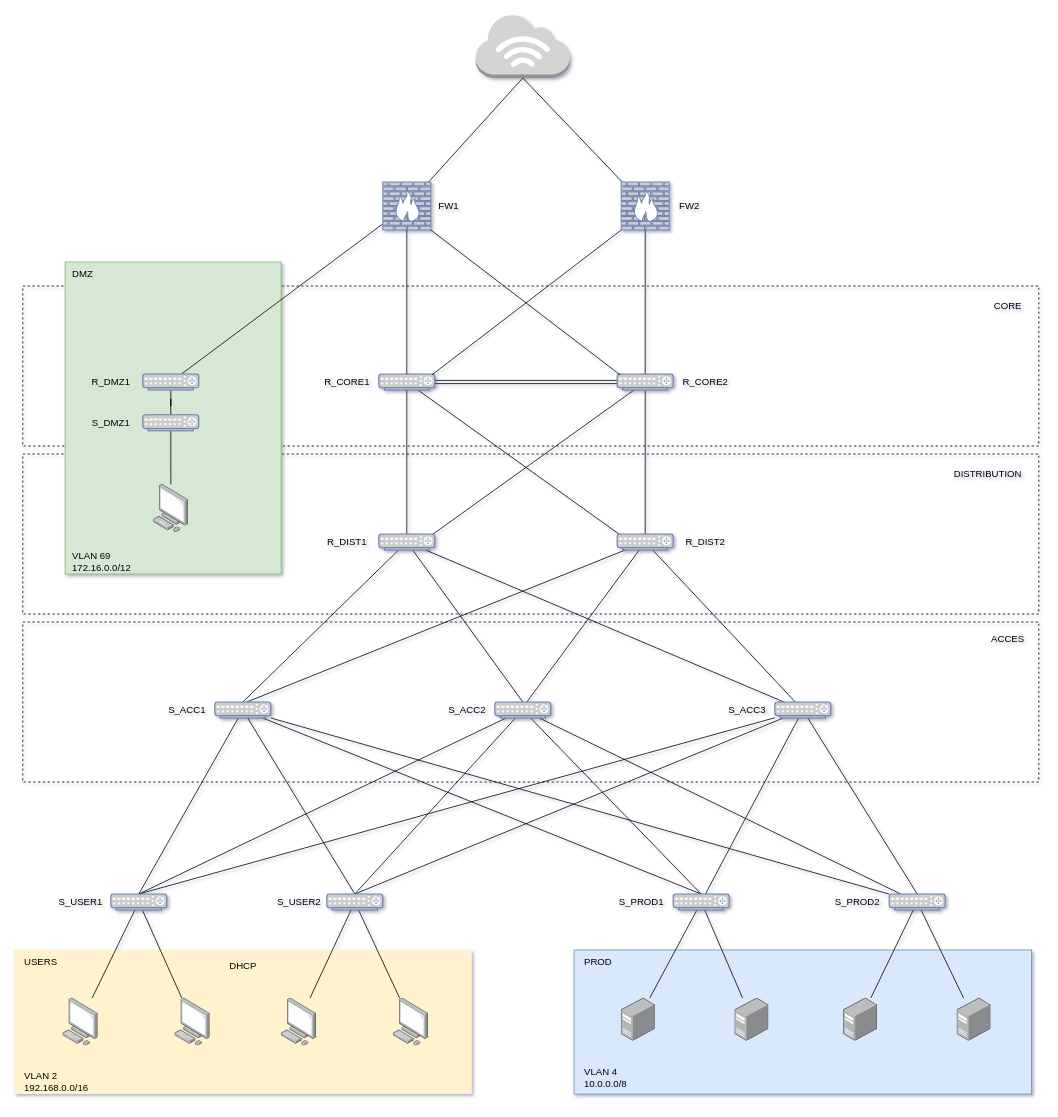
The draw.io diagram Diagramme sans nom.drawio in a0six/projetb3, before the edit. Source tidied: cells renumbered, new cells numbered last; positions are measured from the earlier drawing's top-left corner, leaving out a move shared by most shapes. Both pictures are drawn from the tidied source at 80%, with x=0, y=0 at pixel (14, 14).
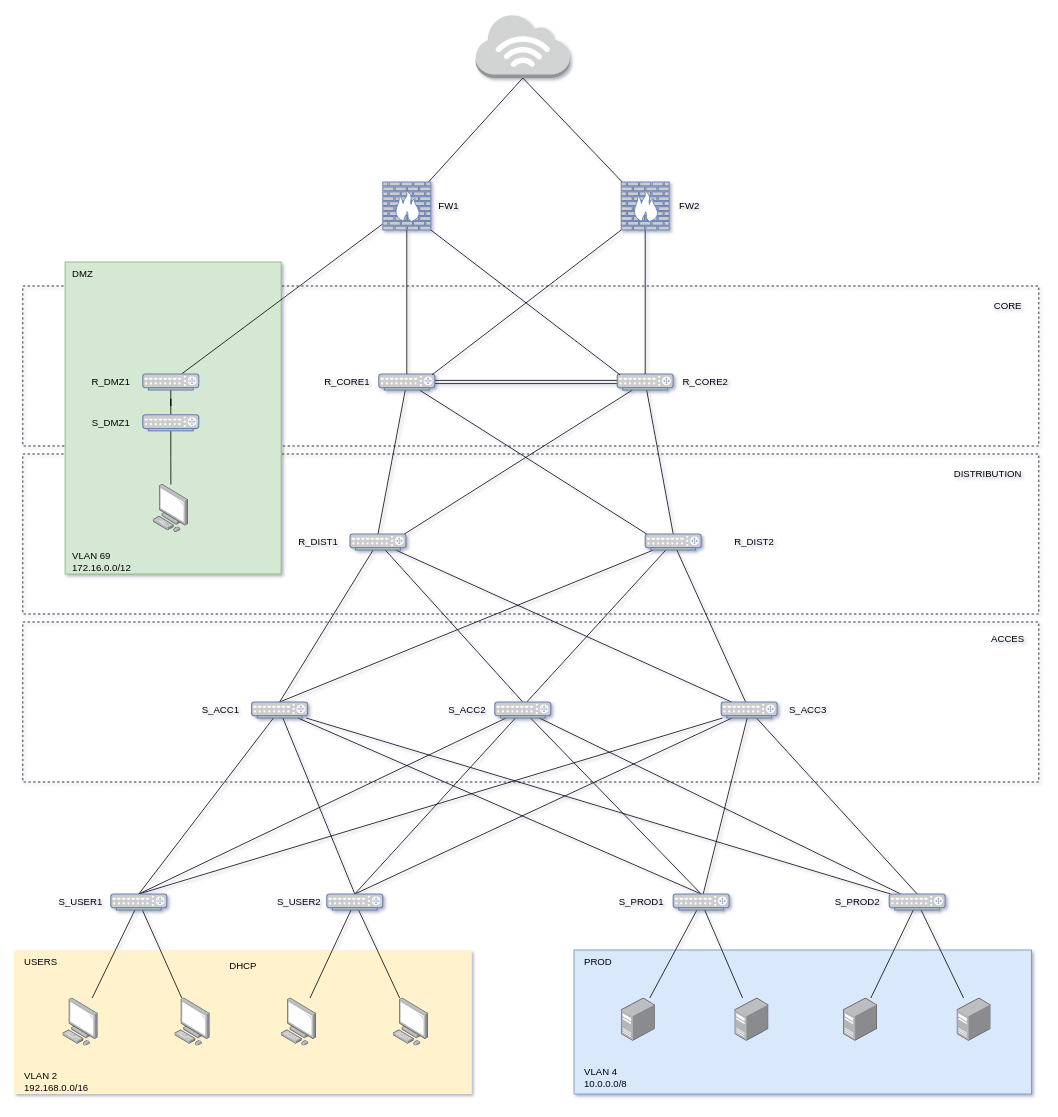
The same page after the edit.

The change refers to these unchanged cells:
```xml
<mxCell id="10" style="fontColor=#0066CC;verticalAlign=top;verticalLabelPosition=bottom;labelPosition=center;align=center;html=1;outlineConnect=0;fillColor=#CCCCCC;strokeColor=#6881B3;gradientColor=none;gradientDirection=north;strokeWidth=2;shape=mxgraph.networks.router;" parent="1" vertex="1">
  <mxGeometry x="456" y="450" width="70" height="20" as="geometry" />
</mxCell>
<mxCell id="13" style="fontColor=#0066CC;verticalAlign=top;verticalLabelPosition=bottom;labelPosition=center;align=center;html=1;outlineConnect=0;fillColor=#CCCCCC;strokeColor=#6881B3;gradientColor=none;gradientDirection=north;strokeWidth=2;shape=mxgraph.networks.router;" parent="1" vertex="1">
  <mxGeometry x="754" y="450" width="70" height="20" as="geometry" />
</mxCell>
```

What changed in the source:
```diff
@@
+    <mxCell id="89" style="rounded=0;whiteSpace=wrap;html=1;dashed=1;fillColor=none;" parent="1" vertex="1">
+      <mxGeometry x="11" y="760" width="1270" height="200" as="geometry" />
+    </mxCell>
@@
-    <mxCell id="7" style="edgeStyle=orthogonalEdgeStyle;rounded=0;jettySize=auto;html=1;entryX=0.5;entryY=0;entryDx=0;entryDy=0;entryPerimeter=0;endArrow=none;endFill=0;" parent="1" edge="1" source="10" target="28">
+    <mxCell id="7" style="rounded=0;jettySize=auto;html=1;entryX=0.5;entryY=0;entryDx=0;entryDy=0;entryPerimeter=0;endArrow=none;endFill=0;" parent="1" edge="1" source="10" target="28">
       <mxGeometry relative="1" as="geometry" />
     </mxCell>
@@
-    <mxCell id="11" style="edgeStyle=orthogonalEdgeStyle;rounded=0;jettySize=auto;html=1;entryX=0.5;entryY=0;entryDx=0;entryDy=0;entryPerimeter=0;endArrow=none;endFill=0;" parent="1" edge="1" source="13" target="32">
+    <mxCell id="11" style="rounded=0;jettySize=auto;html=1;entryX=0.5;entryY=0;entryDx=0;entryDy=0;entryPerimeter=0;endArrow=none;endFill=0;" parent="1" edge="1" source="13" target="32">
       <mxGeometry relative="1" as="geometry" />
     </mxCell>
@@
     <mxCell id="28" style="fontColor=#0066CC;verticalAlign=top;verticalLabelPosition=bottom;labelPosition=center;align=center;html=1;outlineConnect=0;fillColor=#CCCCCC;strokeColor=#6881B3;gradientColor=none;gradientDirection=north;strokeWidth=2;shape=mxgraph.networks.router;" parent="1" vertex="1">
-      <mxGeometry x="456" y="650" width="70" height="20" as="geometry" />
+      <mxGeometry x="420" y="650" width="70" height="20" as="geometry" />
     </mxCell>
@@
-    <mxCell id="31" style="rounded=0;jettySize=auto;html=1;endArrow=none;endFill=0;" parent="1" edge="1" source="32">
-      <mxGeometry relative="1" as="geometry">
-        <mxPoint x="291" y="860" as="targetPoint" />
-      </mxGeometry>
+    <mxCell id="31" style="rounded=0;jettySize=auto;html=1;endArrow=none;endFill=0;entryX=0.5;entryY=0;entryDx=0;entryDy=0;entryPerimeter=0;" parent="1" edge="1" source="32" target="42">
+      <mxGeometry relative="1" as="geometry" />
     </mxCell>
     <mxCell id="32" style="fontColor=#0066CC;verticalAlign=top;verticalLabelPosition=bottom;labelPosition=center;align=center;html=1;outlineConnect=0;fillColor=#CCCCCC;strokeColor=#6881B3;gradientColor=none;gradientDirection=north;strokeWidth=2;shape=mxgraph.networks.router;" parent="1" vertex="1">
-      <mxGeometry x="754" y="650" width="70" height="20" as="geometry" />
+      <mxGeometry x="789" y="650" width="70" height="20" as="geometry" />
     </mxCell>
@@
     <mxCell id="42" style="fontColor=#0066CC;verticalAlign=top;verticalLabelPosition=bottom;labelPosition=center;align=center;html=1;outlineConnect=0;fillColor=#CCCCCC;strokeColor=#6881B3;gradientColor=none;gradientDirection=north;strokeWidth=2;shape=mxgraph.networks.router;" parent="1" vertex="1">
-      <mxGeometry x="251" y="860" width="70" height="20" as="geometry" />
+      <mxGeometry x="297" y="860" width="70" height="20" as="geometry" />
     </mxCell>
@@
     <mxCell id="47" style="fontColor=#0066CC;verticalAlign=top;verticalLabelPosition=bottom;labelPosition=center;align=center;html=1;outlineConnect=0;fillColor=#CCCCCC;strokeColor=#6881B3;gradientColor=none;gradientDirection=north;strokeWidth=2;shape=mxgraph.networks.router;" parent="1" vertex="1">
-      <mxGeometry x="951" y="860" width="70" height="20" as="geometry" />
+      <mxGeometry x="884" y="860" width="70" height="20" as="geometry" />
     </mxCell>
@@
     <mxCell id="79" value="R_DIST1" style="text;html=1;align=center;verticalAlign=middle;strokeColor=none;fillColor=none;" parent="1" vertex="1">
-      <mxGeometry x="381" y="645" width="70" height="30" as="geometry" />
+      <mxGeometry x="345" y="645" width="70" height="30" as="geometry" />
     </mxCell>
     <mxCell id="80" value="R_DIST2" style="text;html=1;align=center;verticalAlign=middle;strokeColor=none;fillColor=none;" parent="1" vertex="1">
-      <mxGeometry x="829" y="645" width="70" height="30" as="geometry" />
+      <mxGeometry x="890" y="645" width="70" height="30" as="geometry" />
     </mxCell>
     <mxCell id="81" value="S_ACC1" style="text;html=1;align=center;verticalAlign=middle;strokeColor=none;fillColor=none;" parent="1" vertex="1">
-      <mxGeometry x="181" y="855" width="70" height="30" as="geometry" />
+      <mxGeometry x="223" y="855" width="70" height="30" as="geometry" />
     </mxCell>
@@
     <mxCell id="83" value="S_ACC3" style="text;html=1;align=center;verticalAlign=middle;strokeColor=none;fillColor=none;" parent="1" vertex="1">
-      <mxGeometry x="881" y="855" width="70" height="30" as="geometry" />
+      <mxGeometry x="957" y="855" width="70" height="30" as="geometry" />
     </mxCell>
@@
-    <mxCell id="89" style="rounded=0;whiteSpace=wrap;html=1;dashed=1;fillColor=none;" parent="1" vertex="1">
-      <mxGeometry x="11" y="760" width="1270" height="200" as="geometry" />
-    </mxCell>
```
